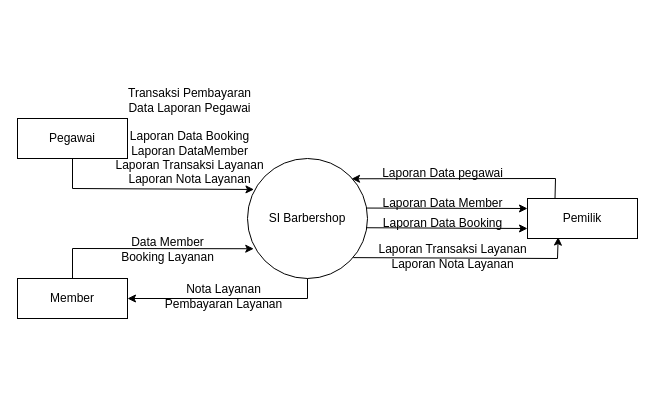
Before: Context Diagram.drawio in yogadwipayana/ERD, a draw.io diagram. Source tidied: cells renumbered, new cells numbered last; positions are measured from the earlier drawing's top-left corner, leaving out a move shared by most shapes. Both pictures are drawn from the tidied source at 100%, with x=0, y=0 at pixel (17, 81).
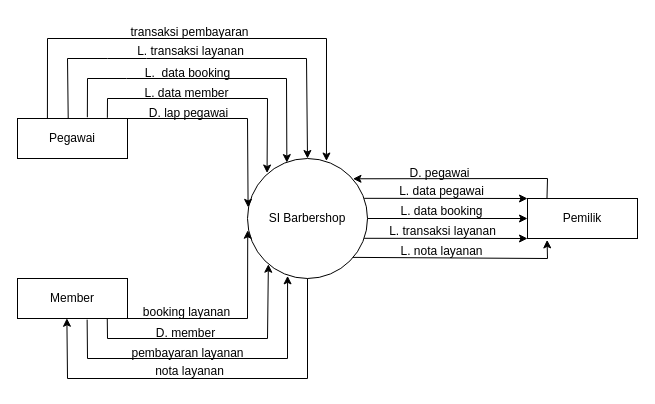
After the change.

The change refers to these unchanged cells:
```xml
<mxCell id="2" value="SI Barbershop" style="ellipse;whiteSpace=wrap;html=1;" parent="1" vertex="1">
  <mxGeometry x="230" y="77" width="120" height="120" as="geometry" />
</mxCell>
<mxCell id="3" value="Pemilik" style="rounded=0;whiteSpace=wrap;html=1;" parent="1" vertex="1">
  <mxGeometry x="510" y="117" width="110" height="40" as="geometry" />
</mxCell>
<mxCell id="4" value="Member" style="rounded=0;whiteSpace=wrap;html=1;" parent="1" vertex="1">
  <mxGeometry y="197" width="110" height="40" as="geometry" />
</mxCell>
<mxCell id="5" value="Pegawai" style="rounded=0;whiteSpace=wrap;html=1;" parent="1" vertex="1">
  <mxGeometry y="37" width="110" height="40" as="geometry" />
</mxCell>
```

The edit, as a diff of the source:
```diff
@@
+    <mxCell id="20" value="D. lap pegawai" style="text;html=1;align=center;verticalAlign=middle;strokeColor=none;fillColor=none;" parent="1" vertex="1">
+      <mxGeometry x="121" y="17" width="100" height="30" as="geometry" />
+    </mxCell>
+    <mxCell id="21" value="transaksi pembayaran" style="text;html=1;align=center;verticalAlign=middle;strokeColor=none;fillColor=none;" parent="1" vertex="1">
+      <mxGeometry x="102" y="-64" width="140" height="30" as="geometry" />
+    </mxCell>
+    <mxCell id="22" value="L. transaksi layanan" style="text;html=1;align=center;verticalAlign=middle;strokeColor=none;fillColor=none;" parent="1" vertex="1">
+      <mxGeometry x="108" y="-45" width="130" height="30" as="geometry" />
+    </mxCell>
+    <mxCell id="23" value="L.&amp;nbsp; data booking" style="text;html=1;align=center;verticalAlign=middle;strokeColor=none;fillColor=none;" parent="1" vertex="1">
+      <mxGeometry x="115" y="-23" width="110" height="30" as="geometry" />
+    </mxCell>
+    <mxCell id="24" value="L. data member" style="text;html=1;align=center;verticalAlign=middle;strokeColor=none;fillColor=none;" parent="1" vertex="1">
+      <mxGeometry x="114" y="-3" width="110" height="30" as="geometry" />
+    </mxCell>
+    <mxCell id="25" style="endArrow=classic;html=1;rounded=0;exitX=0.817;exitY=-0.018;exitDx=0;exitDy=0;exitPerimeter=0;entryX=0.163;entryY=0.121;entryDx=0;entryDy=0;entryPerimeter=0;" parent="1" edge="1" source="5" target="2">
+      <mxGeometry relative="1" as="geometry">
+        <Array as="points">
+          <mxPoint x="90" y="17" />
+          <mxPoint x="250" y="17" />
+        </Array>
+      </mxGeometry>
+    </mxCell>
+    <mxCell id="26" style="endArrow=classic;html=1;rounded=0;exitX=0.635;exitY=-0.032;exitDx=0;exitDy=0;exitPerimeter=0;entryX=0.328;entryY=0.034;entryDx=0;entryDy=0;entryPerimeter=0;" parent="1" edge="1" source="5" target="2">
+      <mxGeometry relative="1" as="geometry">
+        <Array as="points">
+          <mxPoint x="70" y="-3" />
+          <mxPoint x="109" y="-3" />
+          <mxPoint x="269" y="-3" />
+        </Array>
+      </mxGeometry>
+    </mxCell>
+    <mxCell id="27" style="endArrow=classic;html=1;rounded=0;exitX=0.461;exitY=-0.003;exitDx=0;exitDy=0;exitPerimeter=0;entryX=0.5;entryY=0;entryDx=0;entryDy=0;" parent="1" edge="1" source="5" target="2">
+      <mxGeometry relative="1" as="geometry">
+        <Array as="points">
+          <mxPoint x="50" y="-23" />
+          <mxPoint x="90" y="-23" />
+          <mxPoint x="129" y="-23" />
+          <mxPoint x="289" y="-23" />
+        </Array>
+      </mxGeometry>
+    </mxCell>
+    <mxCell id="28" style="endArrow=classic;html=1;rounded=0;exitX=0.272;exitY=0;exitDx=0;exitDy=0;entryX=0.658;entryY=0.021;entryDx=0;entryDy=0;entryPerimeter=0;exitPerimeter=0;" parent="1" edge="1" source="5" target="2">
+      <mxGeometry relative="1" as="geometry">
+        <Array as="points">
+          <mxPoint x="30" y="-43" />
+          <mxPoint x="309" y="-43" />
+        </Array>
+      </mxGeometry>
+    </mxCell>
+    <mxCell id="29" style="endArrow=classic;html=1;rounded=0;entryX=0.005;entryY=0.407;entryDx=0;entryDy=0;entryPerimeter=0;exitX=1;exitY=0;exitDx=0;exitDy=0;" parent="1" edge="1" source="5" target="2">
+      <mxGeometry relative="1" as="geometry">
+        <Array as="points">
+          <mxPoint x="230" y="37" />
+        </Array>
+      </mxGeometry>
+    </mxCell>
+    <mxCell id="30" style="endArrow=classic;html=1;rounded=0;exitX=1;exitY=1;exitDx=0;exitDy=0;entryX=0.002;entryY=0.598;entryDx=0;entryDy=0;entryPerimeter=0;" parent="1" edge="1" source="4" target="2">
+      <mxGeometry relative="1" as="geometry">
+        <Array as="points">
+          <mxPoint x="230" y="237" />
+        </Array>
+      </mxGeometry>
+    </mxCell>
+    <mxCell id="31" style="endArrow=classic;html=1;rounded=0;exitX=0.816;exitY=0.996;exitDx=0;exitDy=0;exitPerimeter=0;entryX=0.174;entryY=0.881;entryDx=0;entryDy=0;entryPerimeter=0;" parent="1" edge="1" source="4" target="2">
+      <mxGeometry relative="1" as="geometry">
+        <Array as="points">
+          <mxPoint x="90" y="257" />
+          <mxPoint x="250" y="257" />
+        </Array>
+      </mxGeometry>
+    </mxCell>
+    <mxCell id="32" style="endArrow=classic;html=1;rounded=0;exitX=0.633;exitY=1.028;exitDx=0;exitDy=0;exitPerimeter=0;entryX=0.334;entryY=0.978;entryDx=0;entryDy=0;entryPerimeter=0;" parent="1" edge="1" source="4" target="2">
+      <mxGeometry relative="1" as="geometry">
+        <Array as="points">
+          <mxPoint x="70" y="277" />
+          <mxPoint x="270" y="277" />
+        </Array>
+      </mxGeometry>
+    </mxCell>
+    <mxCell id="18" style="endArrow=classic;html=1;rounded=0;entryX=0.449;entryY=0.994;entryDx=0;entryDy=0;entryPerimeter=0;exitX=0.5;exitY=1;exitDx=0;exitDy=0;" parent="1" edge="1" source="2" target="4">
+      <mxGeometry relative="1" as="geometry">
+        <Array as="points">
+          <mxPoint x="290" y="297" />
+          <mxPoint x="50" y="297" />
+        </Array>
+      </mxGeometry>
+    </mxCell>
+    <mxCell id="33" value="nota layanan" style="text;html=1;align=center;verticalAlign=middle;strokeColor=none;fillColor=none;" parent="1" vertex="1">
+      <mxGeometry x="127" y="275" width="90" height="30" as="geometry" />
+    </mxCell>
+    <mxCell id="34" value="booking layanan" style="text;html=1;align=center;verticalAlign=middle;strokeColor=none;fillColor=none;" parent="1" vertex="1">
+      <mxGeometry x="114" y="216" width="110" height="30" as="geometry" />
+    </mxCell>
+    <mxCell id="35" value="D. member" style="text;html=1;align=center;verticalAlign=middle;strokeColor=none;fillColor=none;" parent="1" vertex="1">
+      <mxGeometry x="128" y="237" width="80" height="30" as="geometry" />
+    </mxCell>
+    <mxCell id="36" value="pembayaran layanan" style="text;html=1;align=center;verticalAlign=middle;strokeColor=none;fillColor=none;" parent="1" vertex="1">
+      <mxGeometry x="100" y="257" width="140" height="30" as="geometry" />
+    </mxCell>
-    <mxCell id="6" style="endArrow=classic;html=1;rounded=0;exitX=0.25;exitY=0;exitDx=0;exitDy=0;entryX=0.867;entryY=0.169;entryDx=0;entryDy=0;entryPerimeter=0;" parent="1" edge="1" source="3" target="2">
+    <mxCell id="6" style="endArrow=classic;html=1;rounded=0;entryX=0.879;entryY=0.169;entryDx=0;entryDy=0;entryPerimeter=0;exitX=0.177;exitY=0.002;exitDx=0;exitDy=0;exitPerimeter=0;" parent="1" edge="1" source="3" target="2">
       <mxGeometry relative="1" as="geometry">
         <Array as="points">
-          <mxPoint x="538" y="97" />
+          <mxPoint x="530" y="97" />
         </Array>
       </mxGeometry>
     </mxCell>
-    <mxCell id="7" style="endArrow=classic;html=1;rounded=0;entryX=0;entryY=0.25;entryDx=0;entryDy=0;exitX=0.993;exitY=0.413;exitDx=0;exitDy=0;exitPerimeter=0;" parent="1" edge="1" source="2" target="3">
-      <mxGeometry relative="1" as="geometry" />
-    </mxCell>
-    <mxCell id="8" style="endArrow=classic;html=1;rounded=0;entryX=0;entryY=0.75;entryDx=0;entryDy=0;exitX=0.988;exitY=0.577;exitDx=0;exitDy=0;exitPerimeter=0;" parent="1" edge="1" source="2" target="3">
-      <mxGeometry relative="1" as="geometry" />
-    </mxCell>
-    <mxCell id="9" value="Laporan Data pegawai" style="text;html=1;align=center;verticalAlign=middle;strokeColor=none;fillColor=none;" parent="1" vertex="1">
-      <mxGeometry x="355" y="77" width="140" height="30" as="geometry" />
-    </mxCell>
-    <mxCell id="10" value="Data Member&lt;br&gt;Booking Layanan" style="text;html=1;align=center;verticalAlign=middle;strokeColor=none;fillColor=none;" parent="1" vertex="1">
-      <mxGeometry x="90" y="148" width="120" height="40" as="geometry" />
-    </mxCell>
-    <mxCell id="11" style="endArrow=classic;html=1;rounded=0;exitX=0.5;exitY=0;exitDx=0;exitDy=0;entryX=0.052;entryY=0.752;entryDx=0;entryDy=0;entryPerimeter=0;" parent="1" edge="1" source="4" target="2">
-      <mxGeometry relative="1" as="geometry">
-        <Array as="points">
-          <mxPoint x="55" y="167" />
-        </Array>
-      </mxGeometry>
-    </mxCell>
-    <mxCell id="12" style="endArrow=classic;html=1;rounded=0;exitX=0.5;exitY=1;exitDx=0;exitDy=0;entryX=0.054;entryY=0.258;entryDx=0;entryDy=0;entryPerimeter=0;" parent="1" edge="1" source="5" target="2">
-      <mxGeometry relative="1" as="geometry">
-        <Array as="points">
-          <mxPoint x="55" y="107" />
-        </Array>
-      </mxGeometry>
-    </mxCell>
-    <mxCell id="13" value="Transaksi Pembayaran&lt;br&gt;Data Laporan Pegawai&lt;br&gt;&lt;br&gt;Laporan Data Booking&lt;br&gt;Laporan DataMember&lt;br&gt;Laporan Transaksi Layanan&lt;br&gt;Laporan Nota Layanan" style="text;html=1;align=center;verticalAlign=middle;strokeColor=none;fillColor=none;" parent="1" vertex="1">
-      <mxGeometry x="87" width="170" height="110" as="geometry" />
-    </mxCell>
-    <mxCell id="14" style="endArrow=classic;html=1;rounded=0;entryX=0.279;entryY=0.965;entryDx=0;entryDy=0;exitX=0.881;exitY=0.826;exitDx=0;exitDy=0;exitPerimeter=0;entryPerimeter=0;" parent="1" edge="1" source="2" target="3">
-      <mxGeometry relative="1" as="geometry">
-        <Array as="points">
-          <mxPoint x="540" y="177" />
-        </Array>
-      </mxGeometry>
-    </mxCell>
-    <mxCell id="15" value="Laporan Data Booking" style="text;html=1;align=center;verticalAlign=middle;strokeColor=none;fillColor=none;" parent="1" vertex="1">
-      <mxGeometry x="355" y="127" width="140" height="30" as="geometry" />
-    </mxCell>
-    <mxCell id="16" value="Laporan Data Member" style="text;html=1;align=center;verticalAlign=middle;strokeColor=none;fillColor=none;" parent="1" vertex="1">
-      <mxGeometry x="355" y="107" width="140" height="30" as="geometry" />
-    </mxCell>
-    <mxCell id="17" value="Laporan Transaksi Layanan&lt;br&gt;Laporan Nota Layanan" style="text;html=1;align=center;verticalAlign=middle;strokeColor=none;fillColor=none;" parent="1" vertex="1">
-      <mxGeometry x="350" y="155" width="170" height="40" as="geometry" />
-    </mxCell>
-    <mxCell id="18" style="endArrow=classic;html=1;rounded=0;exitX=0.5;exitY=1;exitDx=0;exitDy=0;entryX=1;entryY=0.5;entryDx=0;entryDy=0;" parent="1" edge="1" source="2" target="4">
-      <mxGeometry relative="1" as="geometry">
-        <Array as="points">
-          <mxPoint x="290" y="217" />
-        </Array>
-      </mxGeometry>
-    </mxCell>
-    <mxCell id="19" value="Nota Layanan&lt;br&gt;Pembayaran Layanan" style="text;html=1;align=center;verticalAlign=middle;strokeColor=none;fillColor=none;" parent="1" vertex="1">
-      <mxGeometry x="136" y="195" width="140" height="40" as="geometry" />
-    </mxCell>
+    <mxCell id="37" style="endArrow=classic;html=1;rounded=0;exitX=0.972;exitY=0.332;exitDx=0;exitDy=0;exitPerimeter=0;" parent="1" edge="1" source="2">
+      <mxGeometry relative="1" as="geometry">
+        <mxPoint x="510" y="117" as="targetPoint" />
+      </mxGeometry>
+    </mxCell>
+    <mxCell id="38" style="endArrow=classic;html=1;rounded=0;exitX=1;exitY=0.5;exitDx=0;exitDy=0;entryX=0;entryY=0.5;entryDx=0;entryDy=0;" parent="1" edge="1" source="2" target="3">
+      <mxGeometry relative="1" as="geometry" />
+    </mxCell>
+    <mxCell id="39" style="endArrow=classic;html=1;rounded=0;exitX=0.972;exitY=0.665;exitDx=0;exitDy=0;exitPerimeter=0;entryX=0;entryY=1;entryDx=0;entryDy=0;" parent="1" edge="1" source="2" target="3">
+      <mxGeometry relative="1" as="geometry" />
+    </mxCell>
+    <mxCell id="40" style="endArrow=classic;html=1;rounded=0;exitX=0.878;exitY=0.824;exitDx=0;exitDy=0;exitPerimeter=0;entryX=0.178;entryY=1.035;entryDx=0;entryDy=0;entryPerimeter=0;" parent="1" edge="1" source="2" target="3">
+      <mxGeometry relative="1" as="geometry">
+        <Array as="points">
+          <mxPoint x="530" y="177" />
+        </Array>
+      </mxGeometry>
+    </mxCell>
+    <mxCell id="41" value="D. pegawai" style="text;html=1;align=center;verticalAlign=middle;strokeColor=none;fillColor=none;" parent="1" vertex="1">
+      <mxGeometry x="382" y="77" width="80" height="30" as="geometry" />
+    </mxCell>
+    <mxCell id="42" value="L. data pegawai" style="text;html=1;align=center;verticalAlign=middle;strokeColor=none;fillColor=none;" parent="1" vertex="1">
+      <mxGeometry x="369" y="95" width="110" height="30" as="geometry" />
+    </mxCell>
+    <mxCell id="43" value="L. data booking" style="text;html=1;align=center;verticalAlign=middle;strokeColor=none;fillColor=none;" parent="1" vertex="1">
+      <mxGeometry x="369" y="115" width="110" height="30" as="geometry" />
+    </mxCell>
+    <mxCell id="44" value="L. transaksi layanan" style="text;html=1;align=center;verticalAlign=middle;strokeColor=none;fillColor=none;" parent="1" vertex="1">
+      <mxGeometry x="360" y="135" width="130" height="30" as="geometry" />
+    </mxCell>
+    <mxCell id="45" value="L. nota layanan" style="text;html=1;align=center;verticalAlign=middle;strokeColor=none;fillColor=none;" parent="1" vertex="1">
+      <mxGeometry x="369" y="155" width="110" height="30" as="geometry" />
+    </mxCell>
```
